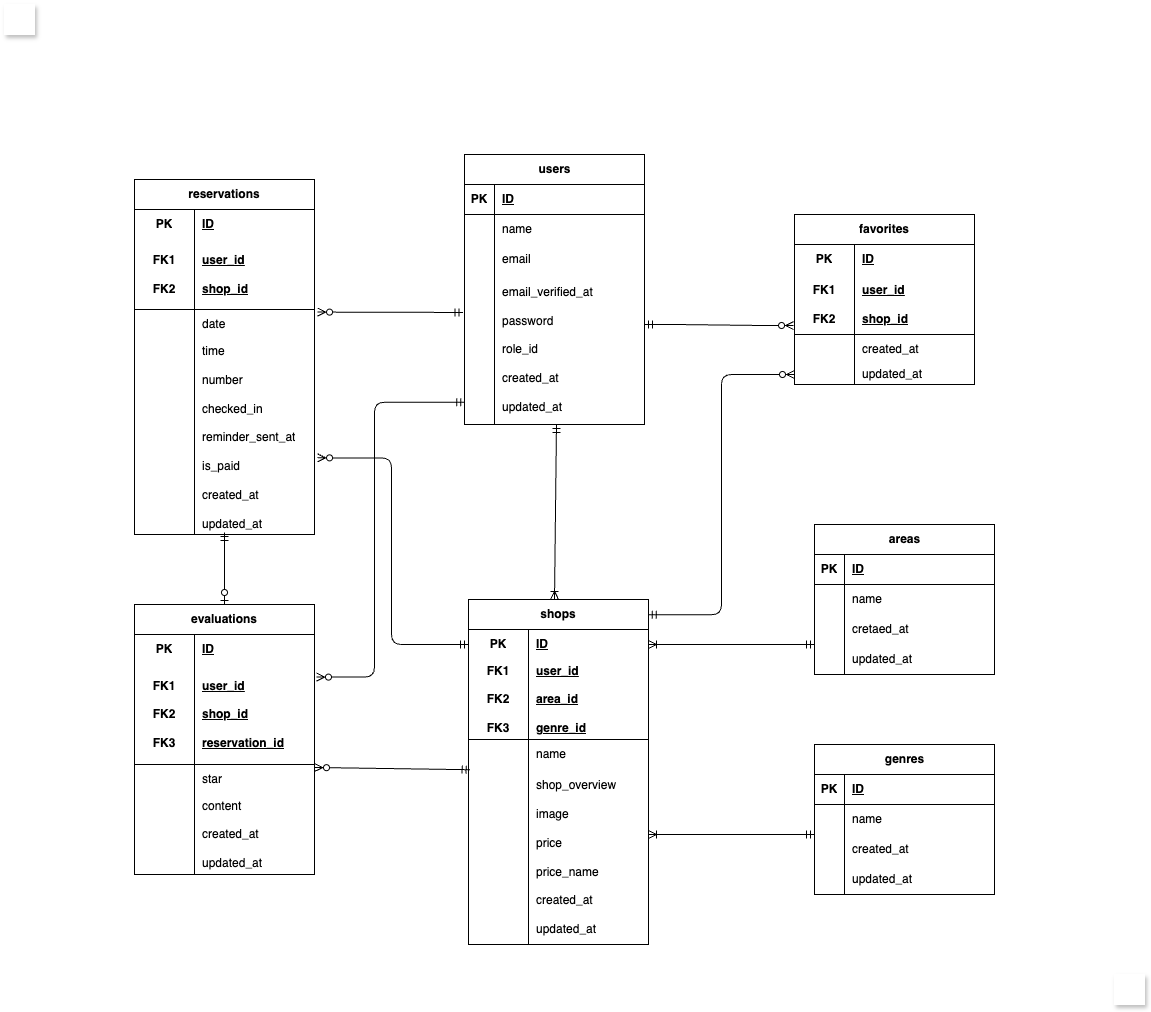
This is doc/er_diagram.png from shiori-nampo/coachtech-Rese, a draw.io export, as it was before one commit. Source tidied: cells renumbered, new cells last; positions are measured from the earlier drawing's top-left corner, leaving out a move shared by most shapes.
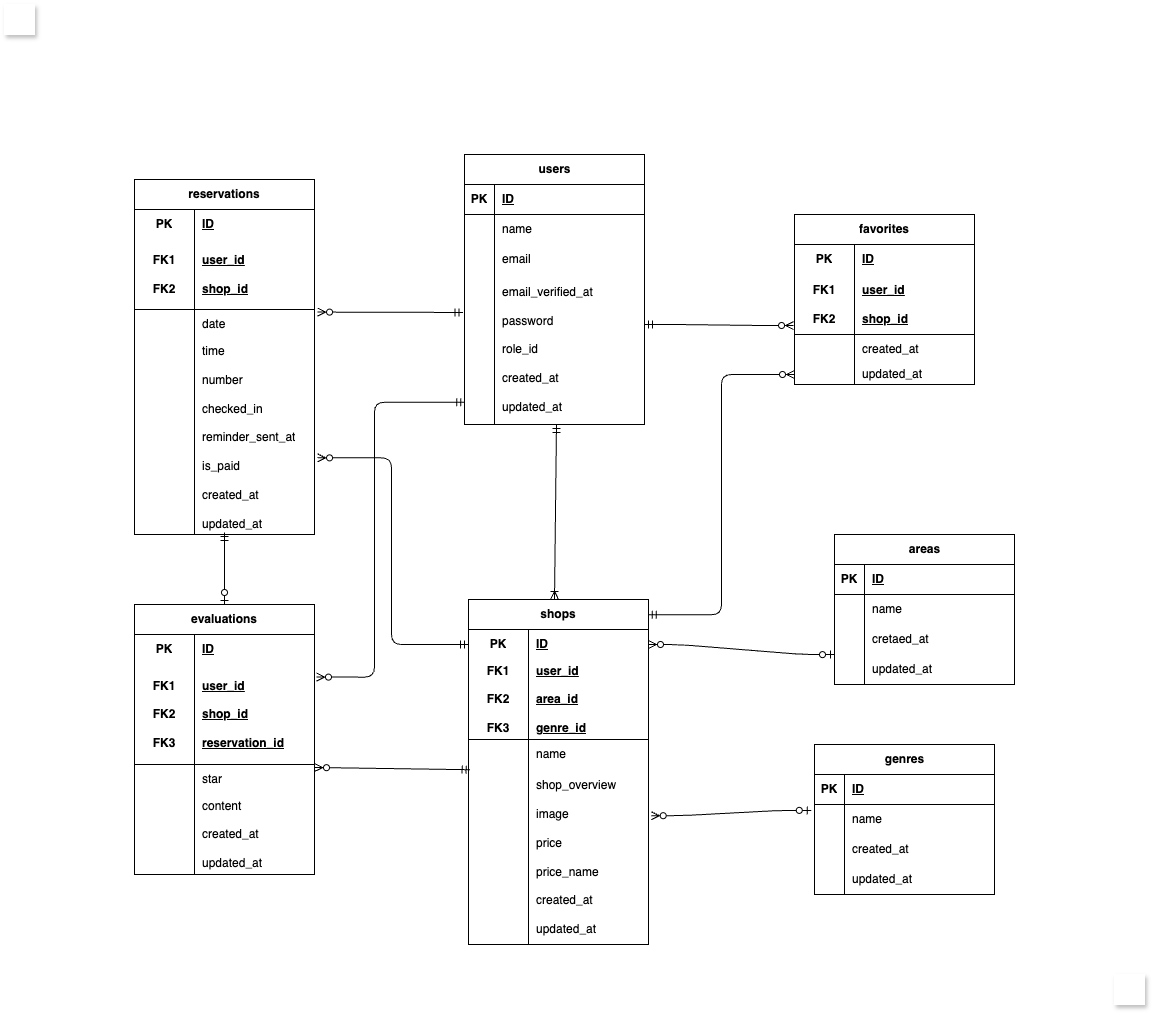
The same diagram one commit later.

Diff of the diagram source:
```diff
@@ -42,7 +42,7 @@
       <mxGeometry x="30" width="150" height="150" as="geometry" />
     </mxCell>
     <mxCell id="15" value="areas" style="shape=table;startSize=30;rowLines=0;fontStyle=1;align=center;html=1;" parent="1" vertex="1">
-      <mxGeometry x="810" y="520" width="180" height="150" as="geometry" />
+      <mxGeometry x="830" y="530" width="180" height="150" as="geometry" />
     </mxCell>
     <mxCell id="16" style="shape=tableRow;horizontal=0;startSize=0;swimlaneHead=0;swimlaneBody=0;fillColor=none;top=0;left=0;right=0;bottom=1;" parent="15" vertex="1">
       <mxGeometry y="30" width="180" height="30" as="geometry" />
@@ -280,20 +280,6 @@
         <mxPoint x="550" y="595" as="targetPoint" />
       </mxGeometry>
     </mxCell>
-    <mxCell id="94" style="fontSize=12;html=1;endArrow=ERoneToMany;startArrow=ERmandOne;entryX=1;entryY=0.5;entryDx=0;entryDy=0;" parent="1" edge="1" target="42">
-      <mxGeometry relative="1" as="geometry">
-        <mxPoint x="810" y="640" as="sourcePoint" />
-      </mxGeometry>
-    </mxCell>
-    <mxCell id="95" style="fontSize=12;html=1;endArrow=ERoneToMany;startArrow=ERmandOne;entryX=1;entryY=0.5;entryDx=0;entryDy=0;" parent="1" edge="1">
-      <mxGeometry relative="1" as="geometry">
-        <mxPoint x="810" y="830" as="sourcePoint" />
-        <mxPoint x="644" y="830" as="targetPoint" />
-        <Array as="points">
-          <mxPoint x="790" y="830" />
-        </Array>
-      </mxGeometry>
-    </mxCell>
     <mxCell id="96" style="edgeStyle=entityRelationEdgeStyle;fontSize=12;html=1;endArrow=ERzeroToMany;startArrow=ERmandOne;exitX=1.002;exitY=0.193;exitDx=0;exitDy=0;exitPerimeter=0;entryX=0.017;entryY=0.85;entryDx=0;entryDy=0;entryPerimeter=0;" parent="1" edge="1">
       <mxGeometry relative="1" as="geometry">
         <mxPoint x="640" y="320" as="sourcePoint" />
@@ -337,5 +323,11 @@
     <mxCell id="104" style="rounded=0;whiteSpace=wrap;html=1;shadow=1;strokeColor=#FFFFFF;" parent="1" vertex="1">
       <mxGeometry x="1110" y="970" width="30" height="30" as="geometry" />
     </mxCell>
+    <mxCell id="105" style="edgeStyle=entityRelationEdgeStyle;fontSize=12;html=1;endArrow=ERzeroToMany;startArrow=ERzeroToOne;entryX=1;entryY=0.5;entryDx=0;entryDy=0;exitX=0;exitY=0.004;exitDx=0;exitDy=0;exitPerimeter=0;" parent="1" edge="1" source="25" target="42">
+      <mxGeometry relative="1" as="geometry" />
+    </mxCell>
+    <mxCell id="106" style="edgeStyle=entityRelationEdgeStyle;fontSize=12;html=1;endArrow=ERzeroToMany;startArrow=ERzeroToOne;entryX=1.015;entryY=0.264;entryDx=0;entryDy=0;entryPerimeter=0;exitX=-0.018;exitY=0.196;exitDx=0;exitDy=0;exitPerimeter=0;" parent="1" edge="1" source="32" target="51">
+      <mxGeometry relative="1" as="geometry" />
+    </mxCell>
   </root>
 </mxGraphModel>
```
